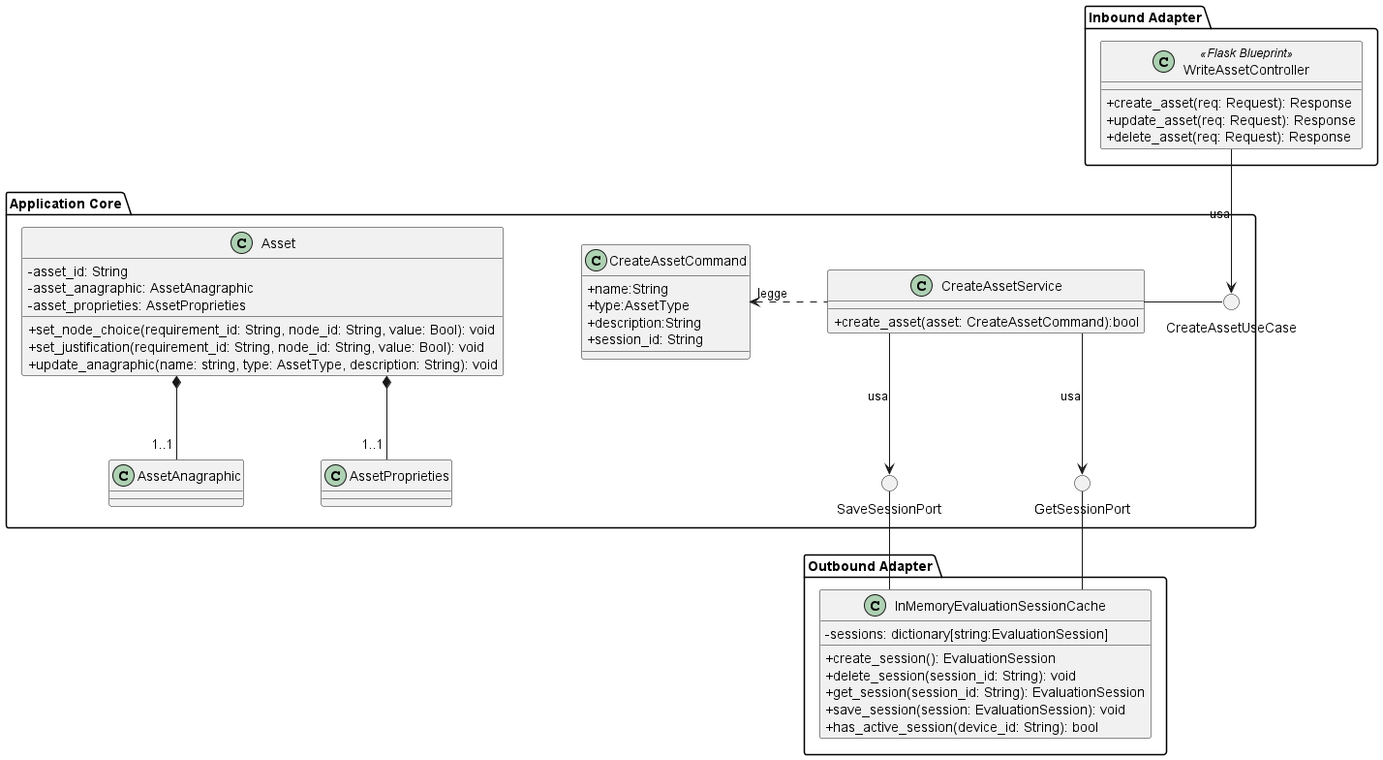
Before: src/PB/DocumentazioneEsterna/Specifica_Tecnica/content/uml/png/CreateAsset/CreateAsset.png, a diagram exported from PlantUML (GroupRubberDuck/Documentazione).
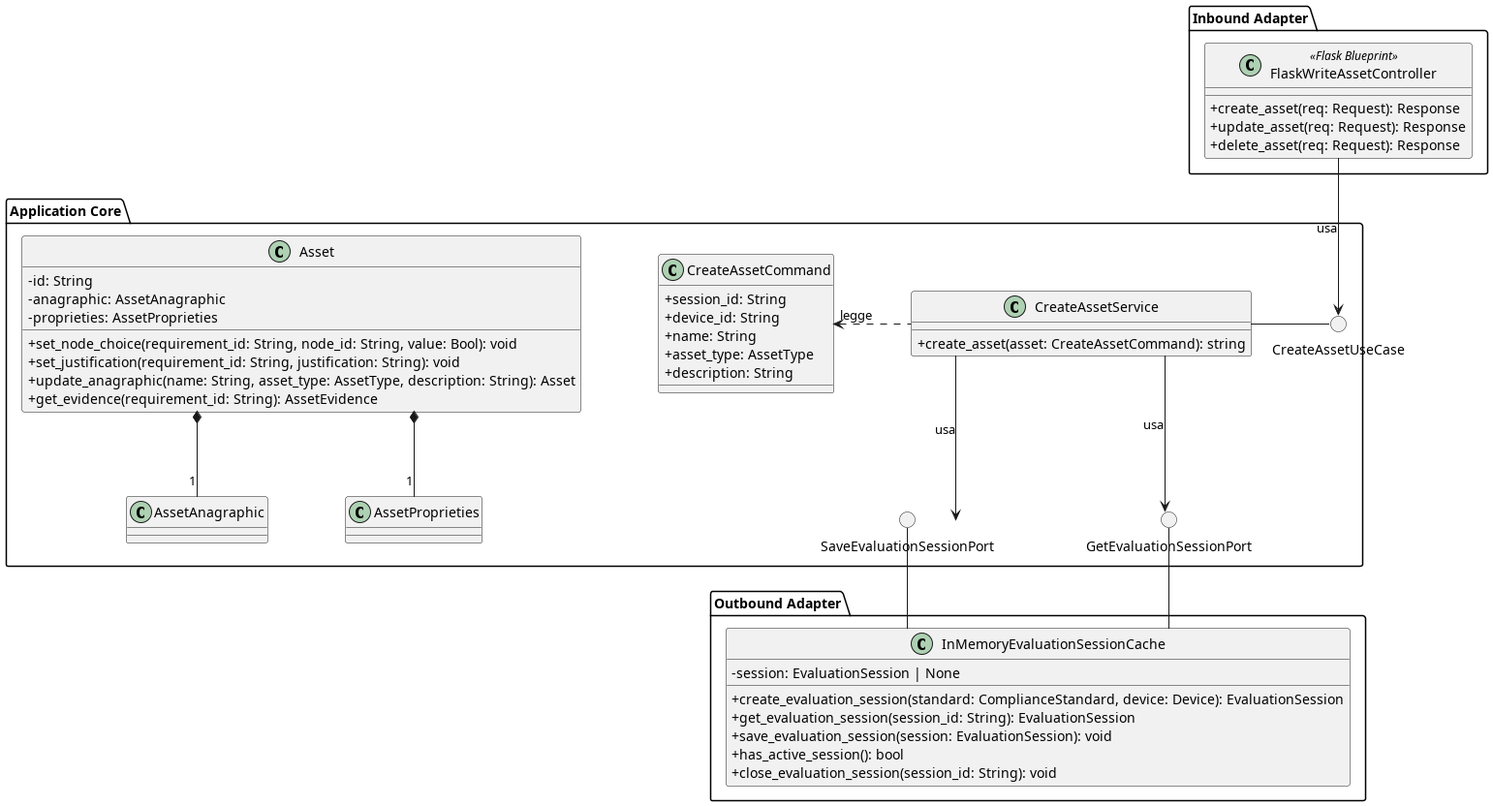
After the change.

Diff of the diagram source:
```diff
@@ -5,23 +5,18 @@
 skinparam classAttributeIconSize 0
 
 package "Inbound Adapter"{
-    !include InboundAdapters/WriteAssetController.puml
+    !include InboundAdapters/FlaskWriteAssetController.puml
 }
 
 package "Application Core" {
 
-    class CreateAssetCommand {
-        + name:String
-        + type:AssetType
-        + description:String
-        + session_id: String
-    }
+    !include Command/CreateAssetCommand.puml
 
     () "CreateAssetUseCase"
     !include ApplicationServices/CreateAssetService.puml
     !include Domain/Asset.puml
-    () "SaveSessionPort"
-    () "GetSessionPort"
+    () "SaveEvaluationSessionPort"
+    () "GetEvaluationSessionPort"
 
     CreateAssetService .left.> CreateAssetCommand: legge
 }
@@ -34,12 +29,12 @@
 CreateAssetService - CreateAssetUseCase
 
 
-CreateAssetService --> SaveSessionPort : usa
-CreateAssetService --> GetSessionPort : usa
+CreateAssetService --> SaveEvaluationSessionPort : usa
+CreateAssetService --> GetEvaluationSessionPort : usa
 
-SaveSessionPort -- InMemoryEvaluationSessionCache
-GetSessionPort -- InMemoryEvaluationSessionCache
+SaveEvaluationSessionPort -- InMemoryEvaluationSessionCache
+GetEvaluationSessionPort -- InMemoryEvaluationSessionCache
 
-WriteAssetController --> CreateAssetUseCase : usa
+FlaskWriteAssetController --> CreateAssetUseCase : usa
 
 @enduml
```
